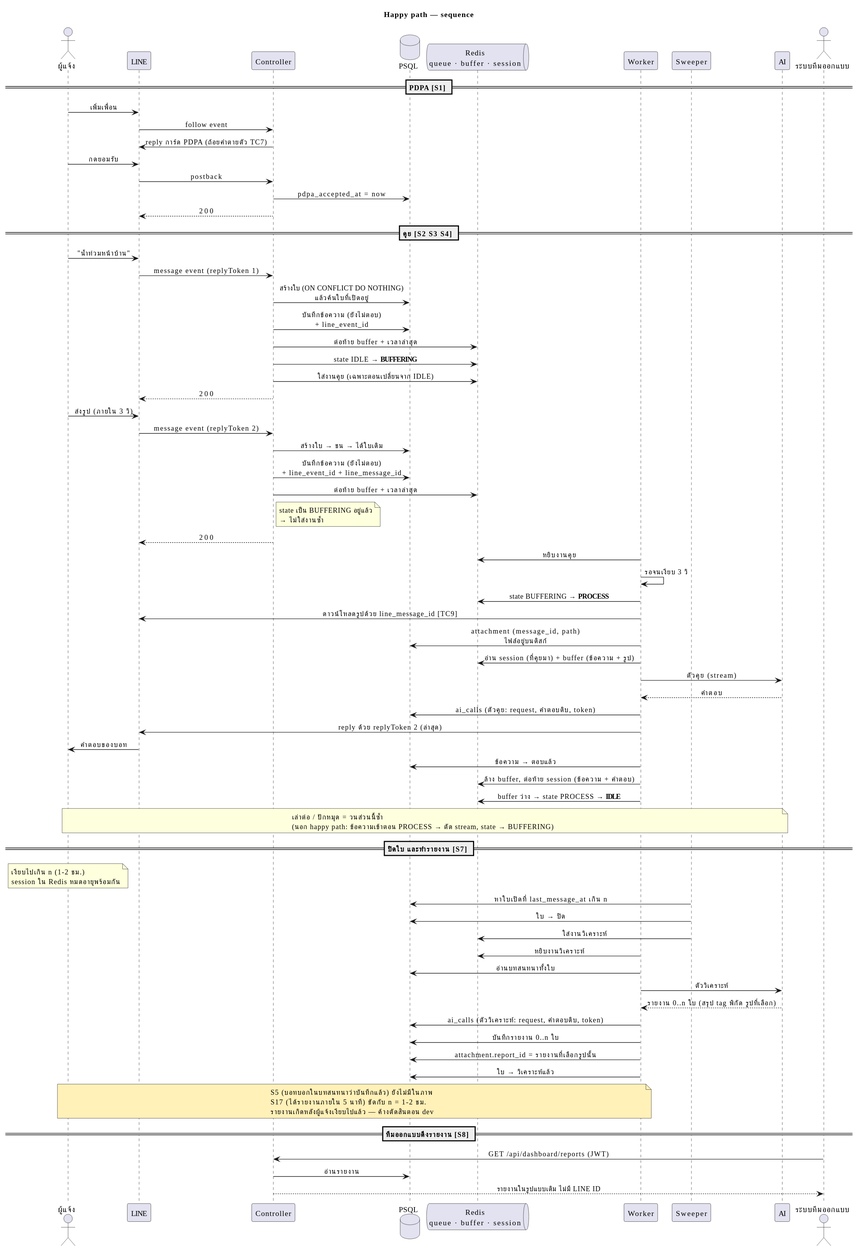
Above: docs/designs/06-sequencediagram/happy-path.svg in tonkitcstu/ucr-smartcity_chatbot (PlantUML), before the change.
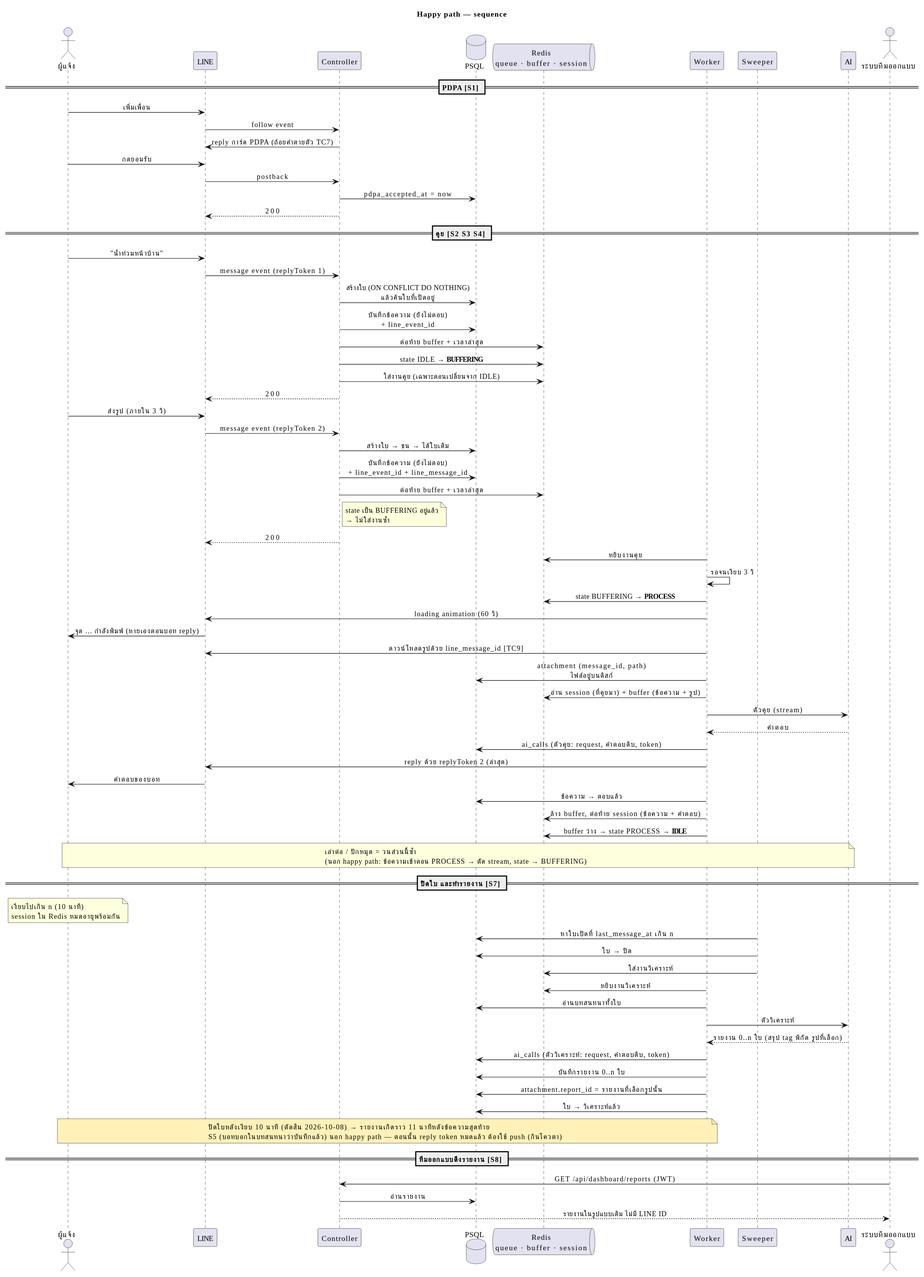
Above is the later version.

Commit message:
docs: ปิดใบหลังเงียบ 10 นาที + loading animation เข้า happy path

What changed in the source:
```diff
@@ -45,6 +45,8 @@
 W -> R : หยิบงานคุย
 W -> W : รอจนเงียบ 3 วิ
 W -> R : state BUFFERING → **PROCESS**
+W -> LINE : loading animation (60 วิ)
+LINE -> U : จุด ... กำลังพิมพ์ (หายเองตอนบอท reply)
 W -> LINE : ดาวน์โหลดรูปด้วย line_message_id [TC9]
 W -> PG : attachment (message_id, path)\nไฟล์อยู่บนดิสก์
 W -> R : อ่าน session (ที่คุยมา) + buffer (ข้อความ + รูป)
@@ -63,7 +65,7 @@
 end note
 
 == ปิดใบ และทำรายงาน [S7] ==
-note over U : เงียบไปเกิน n (1-2 ชม.)\nsession ใน Redis หมดอายุพร้อมกัน
+note over U : เงียบไปเกิน n (10 นาที)\nsession ใน Redis หมดอายุพร้อมกัน
 S -> PG : หาใบเปิดที่ last_message_at เกิน n
 S -> PG : ใบ → ปิด
 S -> R : ใส่งานวิเคราะห์
@@ -77,9 +79,8 @@
 W -> PG : ใบ → วิเคราะห์แล้ว
 
 note over U, W #FFF1B8
-  S5 (บอทบอกในบทสนทนาว่าบันทึกแล้ว) ยังไม่มีในภาพ
-  S17 (ได้รายงานภายใน 5 นาที) ขัดกับ n = 1-2 ชม.
-  รายงานเกิดหลังผู้แจ้งเงียบไปแล้ว — ค้างตัดสินตอน dev
+  ปิดใบหลังเงียบ 10 นาที (ตัดสิน 2026-10-08) → รายงานเกิดราว 11 นาทีหลังข้อความสุดท้าย
+  S5 (บอทบอกในบทสนทนาว่าบันทึกแล้ว) นอก happy path — ตอนนั้น reply token หมดแล้ว ต้องใช้ push (กินโควตา)
 end note
 
 == ทีมออกแบบดึงรายงาน [S8] ==
```
